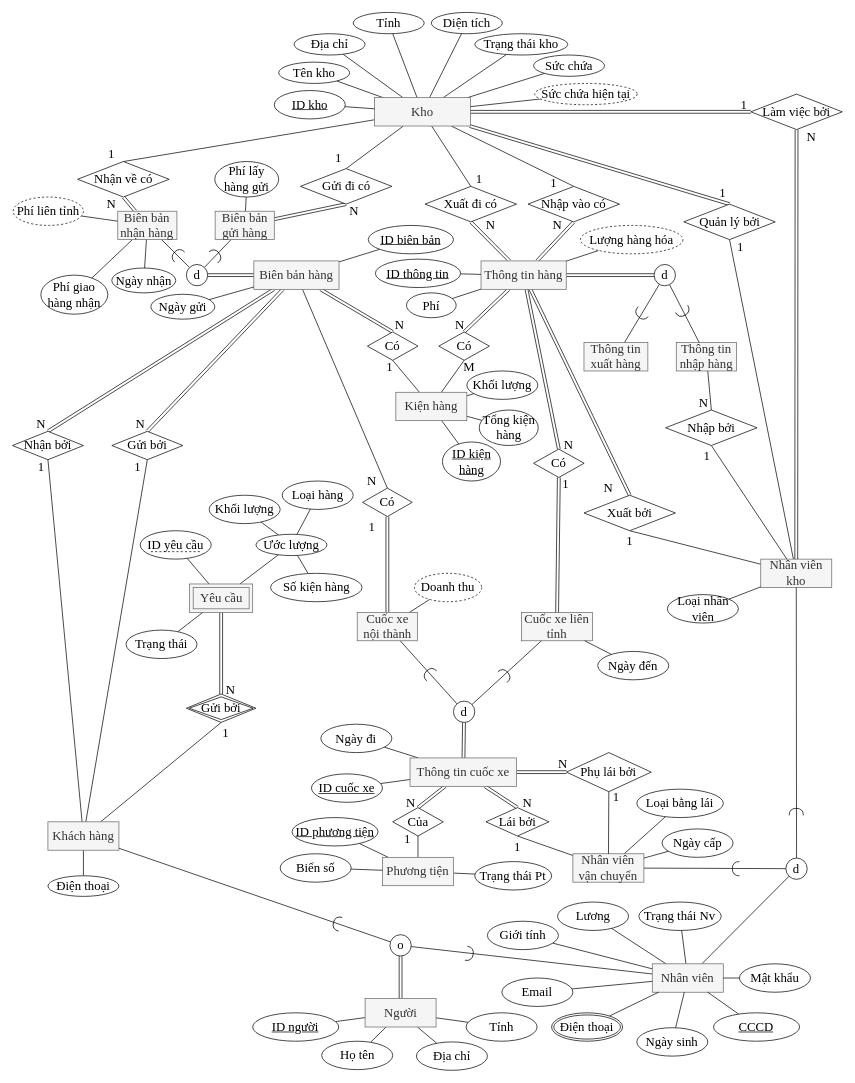
nqqduy/DBS_Assignment_2 keeps this draw.io diagram as page "Doc" (1 of 2) of ERD.drawio. Above is the earlier version. Source tidied: cells renumbered, new cells numbered last; positions are measured from the earlier drawing's top-left corner, leaving out a move shared by most shapes. Both pictures are drawn from the tidied source at 71%, with x=0, y=0 at pixel (12, 12).
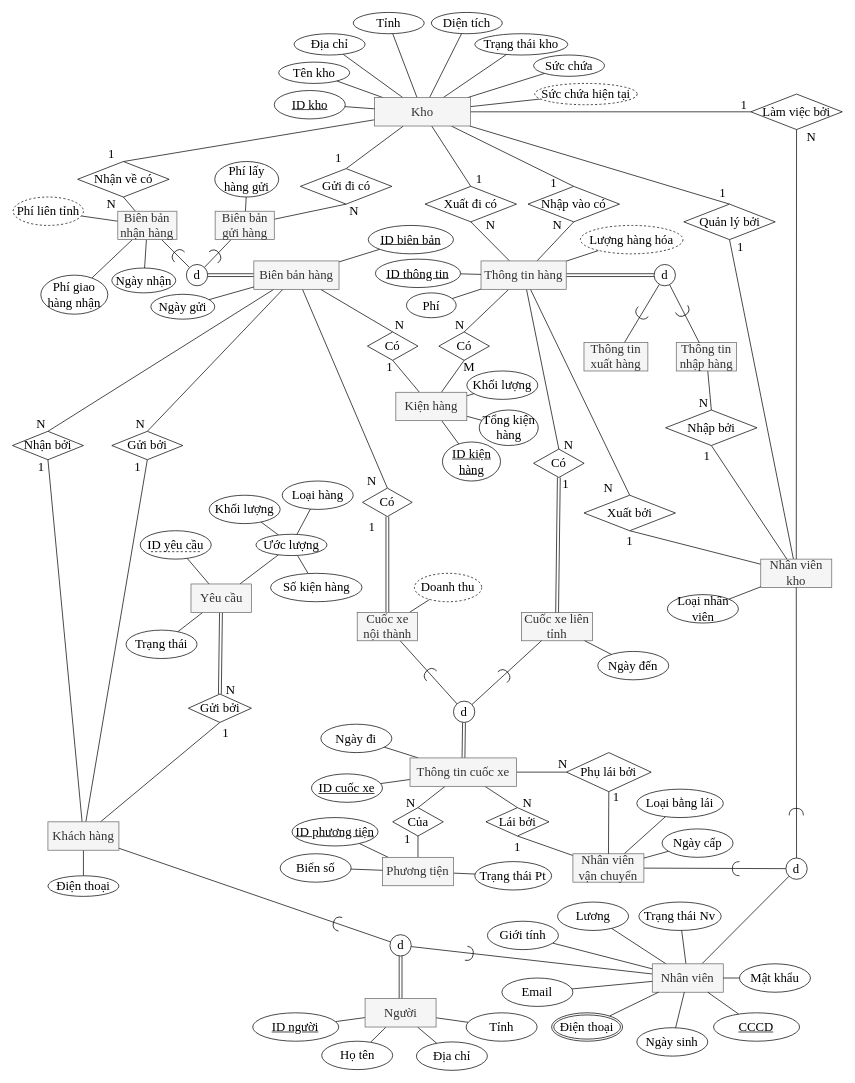
The same diagram, later.

Commit message (it also covers changes not shown here):
Them vai ham insert va sua erd

Unchanged cells that the change refers to:
```xml
<mxCell id="21" value="Kho" style="whiteSpace=wrap;html=1;align=center;rounded=0;shadow=0;glass=0;labelBackgroundColor=none;sketch=0;disableMultiStroke=0;disableMultiStrokeFill=0;strokeColor=#666666;fontFamily=Times New Roman;fontSize=18;fillColor=#f5f5f5;fontColor=#333333;" parent="1" vertex="1">
  <mxGeometry x="510" y="120" width="135" height="40" as="geometry" />
</mxCell>
<mxCell id="34" value="Nhân viên kho" style="whiteSpace=wrap;html=1;align=center;rounded=0;shadow=0;glass=0;labelBackgroundColor=none;sketch=0;disableMultiStroke=0;disableMultiStrokeFill=0;strokeColor=#666666;fontFamily=Times New Roman;fontSize=18;fillColor=#f5f5f5;fontColor=#333333;" parent="1" vertex="1">
  <mxGeometry x="1054" y="770" width="100" height="40" as="geometry" />
</mxCell>
<mxCell id="67" value="Thông tin hàng" style="whiteSpace=wrap;html=1;align=center;rounded=0;shadow=0;glass=0;labelBackgroundColor=none;sketch=0;disableMultiStroke=0;disableMultiStrokeFill=0;strokeColor=#666666;fontFamily=Times New Roman;fontSize=18;fillColor=#f5f5f5;fontColor=#333333;" parent="1" vertex="1">
  <mxGeometry x="660" y="350" width="120" height="40" as="geometry" />
</mxCell>
<mxCell id="68" value="Xuất đi có" style="shape=rhombus;perimeter=rhombusPerimeter;whiteSpace=wrap;html=1;align=center;rounded=0;shadow=0;glass=0;labelBackgroundColor=none;sketch=0;disableMultiStroke=0;disableMultiStrokeFill=0;strokeColor=#000000;fontFamily=Times New Roman;fontSize=18;" parent="1" vertex="1">
  <mxGeometry x="581.2" y="245" width="128.8" height="50" as="geometry" />
</mxCell>
<mxCell id="69" value="Nhập vào có" style="shape=rhombus;perimeter=rhombusPerimeter;whiteSpace=wrap;html=1;align=center;rounded=0;shadow=0;glass=0;labelBackgroundColor=none;sketch=0;disableMultiStroke=0;disableMultiStrokeFill=0;strokeColor=#000000;fontFamily=Times New Roman;fontSize=18;" parent="1" vertex="1">
  <mxGeometry x="726.2" y="245" width="128.8" height="50" as="geometry" />
</mxCell>
<mxCell id="70" value="Có" style="shape=rhombus;perimeter=rhombusPerimeter;whiteSpace=wrap;html=1;align=center;rounded=0;shadow=0;glass=0;labelBackgroundColor=none;sketch=0;disableMultiStroke=0;disableMultiStrokeFill=0;strokeColor=#000000;fontFamily=Times New Roman;fontSize=18;" parent="1" vertex="1">
  <mxGeometry x="600.6" y="450" width="71.2" height="40" as="geometry" />
</mxCell>
<mxCell id="71" value="Xuất bởi" style="shape=rhombus;perimeter=rhombusPerimeter;whiteSpace=wrap;html=1;align=center;rounded=0;shadow=0;glass=0;labelBackgroundColor=none;sketch=0;disableMultiStroke=0;disableMultiStrokeFill=0;strokeColor=#000000;fontFamily=Times New Roman;fontSize=18;" parent="1" vertex="1">
  <mxGeometry x="805" y="680" width="128.8" height="50" as="geometry" />
</mxCell>
<mxCell id="73" value="Có" style="shape=rhombus;perimeter=rhombusPerimeter;whiteSpace=wrap;html=1;align=center;rounded=0;shadow=0;glass=0;labelBackgroundColor=none;sketch=0;disableMultiStroke=0;disableMultiStrokeFill=0;strokeColor=#000000;fontFamily=Times New Roman;fontSize=18;" parent="1" vertex="1">
  <mxGeometry x="734" y="615" width="71.2" height="40" as="geometry" />
</mxCell>
<mxCell id="77" value="Thông tin cuốc xe" style="whiteSpace=wrap;html=1;align=center;rounded=0;shadow=0;glass=0;labelBackgroundColor=none;sketch=0;disableMultiStroke=0;disableMultiStrokeFill=0;strokeColor=#666666;fontFamily=Times New Roman;fontSize=18;fillColor=#f5f5f5;fontColor=#333333;" parent="1" vertex="1">
  <mxGeometry x="560" y="1050" width="150" height="40" as="geometry" />
</mxCell>
<mxCell id="78" value="Của" style="shape=rhombus;perimeter=rhombusPerimeter;whiteSpace=wrap;html=1;align=center;rounded=0;shadow=0;glass=0;labelBackgroundColor=none;sketch=0;disableMultiStroke=0;disableMultiStrokeFill=0;strokeColor=#000000;fontFamily=Times New Roman;fontSize=18;" parent="1" vertex="1">
  <mxGeometry x="535.6" y="1120" width="71.2" height="40" as="geometry" />
</mxCell>
<mxCell id="79" value="Lái bởi" style="shape=rhombus;perimeter=rhombusPerimeter;whiteSpace=wrap;html=1;align=center;rounded=0;shadow=0;glass=0;labelBackgroundColor=none;sketch=0;disableMultiStroke=0;disableMultiStrokeFill=0;strokeColor=#000000;fontFamily=Times New Roman;fontSize=18;" parent="1" vertex="1">
  <mxGeometry x="666.9" y="1120" width="88.8" height="40" as="geometry" />
</mxCell>
<mxCell id="80" value="Phụ lái bởi" style="shape=rhombus;perimeter=rhombusPerimeter;whiteSpace=wrap;html=1;align=center;rounded=0;shadow=0;glass=0;labelBackgroundColor=none;sketch=0;disableMultiStroke=0;disableMultiStrokeFill=0;strokeColor=#000000;fontFamily=Times New Roman;fontSize=18;" parent="1" vertex="1">
  <mxGeometry x="780.3" y="1042.5" width="119.4" height="55" as="geometry" />
</mxCell>
<mxCell id="81" value="Có" style="shape=rhombus;perimeter=rhombusPerimeter;whiteSpace=wrap;html=1;align=center;rounded=0;shadow=0;glass=0;labelBackgroundColor=none;sketch=0;disableMultiStroke=0;disableMultiStrokeFill=0;strokeColor=#000000;fontFamily=Times New Roman;fontSize=18;" parent="1" vertex="1">
  <mxGeometry x="500" y="450" width="71.2" height="40" as="geometry" />
</mxCell>
<mxCell id="85" value="Biên bản hàng" style="whiteSpace=wrap;html=1;align=center;rounded=0;shadow=0;glass=0;labelBackgroundColor=none;sketch=0;disableMultiStroke=0;disableMultiStrokeFill=0;strokeColor=#666666;fontFamily=Times New Roman;fontSize=18;fillColor=#f5f5f5;fontColor=#333333;" parent="1" vertex="1">
  <mxGeometry x="340" y="350" width="120" height="40" as="geometry" />
</mxCell>
<mxCell id="87" value="Gửi bởi" style="shape=rhombus;perimeter=rhombusPerimeter;whiteSpace=wrap;html=1;align=center;rounded=0;shadow=0;glass=0;labelBackgroundColor=none;sketch=0;disableMultiStroke=0;disableMultiStrokeFill=0;strokeColor=#000000;fontFamily=Times New Roman;fontSize=18;" parent="1" vertex="1">
  <mxGeometry x="140" y="590" width="100" height="40" as="geometry" />
</mxCell>
<mxCell id="89" value="Nhận bởi" style="shape=rhombus;perimeter=rhombusPerimeter;whiteSpace=wrap;html=1;align=center;rounded=0;shadow=0;glass=0;labelBackgroundColor=none;sketch=0;disableMultiStroke=0;disableMultiStrokeFill=0;strokeColor=#000000;fontFamily=Times New Roman;fontSize=18;" parent="1" vertex="1">
  <mxGeometry y="590" width="100" height="40" as="geometry" />
</mxCell>
<mxCell id="90" value="Gửi đi có" style="shape=rhombus;perimeter=rhombusPerimeter;whiteSpace=wrap;html=1;align=center;rounded=0;shadow=0;glass=0;labelBackgroundColor=none;sketch=0;disableMultiStroke=0;disableMultiStrokeFill=0;strokeColor=#000000;fontFamily=Times New Roman;fontSize=18;" parent="1" vertex="1">
  <mxGeometry x="405.6" y="220" width="128.8" height="50" as="geometry" />
</mxCell>
<mxCell id="91" value="Nhận về có" style="shape=rhombus;perimeter=rhombusPerimeter;whiteSpace=wrap;html=1;align=center;rounded=0;shadow=0;glass=0;labelBackgroundColor=none;sketch=0;disableMultiStroke=0;disableMultiStrokeFill=0;strokeColor=#000000;fontFamily=Times New Roman;fontSize=18;" parent="1" vertex="1">
  <mxGeometry x="91.9" y="210" width="128.8" height="50" as="geometry" />
</mxCell>
<mxCell id="96" value="Quản lý bởi" style="shape=rhombus;perimeter=rhombusPerimeter;whiteSpace=wrap;html=1;align=center;rounded=0;shadow=0;glass=0;labelBackgroundColor=none;sketch=0;disableMultiStroke=0;disableMultiStrokeFill=0;strokeColor=#000000;fontFamily=Times New Roman;fontSize=18;" parent="1" vertex="1">
  <mxGeometry x="945.6" y="270" width="128.8" height="50" as="geometry" />
</mxCell>
<mxCell id="106" value="Làm việc bởi" style="shape=rhombus;perimeter=rhombusPerimeter;whiteSpace=wrap;html=1;align=center;rounded=0;shadow=0;glass=0;labelBackgroundColor=none;sketch=0;disableMultiStroke=0;disableMultiStrokeFill=0;strokeColor=#000000;fontFamily=Times New Roman;fontSize=18;" parent="1" vertex="1">
  <mxGeometry x="1040" y="115" width="128.8" height="50" as="geometry" />
</mxCell>
<mxCell id="216" value="d" style="ellipse;whiteSpace=wrap;html=1;rounded=0;shadow=0;glass=0;labelBackgroundColor=none;sketch=0;disableMultiStroke=0;disableMultiStrokeFill=0;strokeColor=#000000;fontFamily=Times New Roman;fontSize=18;" parent="1" vertex="1">
  <mxGeometry x="903.8" y="355" width="30" height="30" as="geometry" />
</mxCell>
<mxCell id="221" value="Biên bản gửi hàng" style="whiteSpace=wrap;html=1;align=center;rounded=0;shadow=0;glass=0;labelBackgroundColor=none;sketch=0;disableMultiStroke=0;disableMultiStrokeFill=0;strokeColor=#666666;fontFamily=Times New Roman;fontSize=18;fillColor=#f5f5f5;fontColor=#333333;" parent="1" vertex="1">
  <mxGeometry x="285.5" y="280" width="83.3" height="40" as="geometry" />
</mxCell>
<mxCell id="223" value="Biên bản nhận hàng" style="whiteSpace=wrap;html=1;align=center;rounded=0;shadow=0;glass=0;labelBackgroundColor=none;sketch=0;disableMultiStroke=0;disableMultiStrokeFill=0;strokeColor=#666666;fontFamily=Times New Roman;fontSize=18;fillColor=#f5f5f5;fontColor=#333333;" parent="1" vertex="1">
  <mxGeometry x="148.4" y="280" width="83.3" height="40" as="geometry" />
</mxCell>
```

The edit, as a diff of the source:
```diff
@@
-    <mxCell id="2" style="edgeStyle=none;rounded=0;jettySize=auto;html=1;entryX=0.5;entryY=0;entryDx=0;entryDy=0;endArrow=none;endFill=0;fontFamily=Times New Roman;fontSize=18;shape=link;" parent="1" edge="1" source="67" target="73">
+    <mxCell id="2" style="edgeStyle=none;rounded=0;jettySize=auto;html=1;entryX=0.5;entryY=0;entryDx=0;entryDy=0;endArrow=none;endFill=0;fontFamily=Times New Roman;fontSize=18;" parent="1" edge="1" source="67" target="73">
       <mxGeometry relative="1" as="geometry" />
     </mxCell>
-    <mxCell id="3" style="edgeStyle=none;rounded=0;jettySize=auto;html=1;entryX=0.5;entryY=0;entryDx=0;entryDy=0;endArrow=none;endFill=0;fontFamily=Times New Roman;fontSize=18;shape=link;" parent="1" edge="1" source="67" target="70">
+    <mxCell id="3" style="edgeStyle=none;rounded=0;jettySize=auto;html=1;entryX=0.5;entryY=0;entryDx=0;entryDy=0;endArrow=none;endFill=0;fontFamily=Times New Roman;fontSize=18;" parent="1" edge="1" source="67" target="70">
       <mxGeometry relative="1" as="geometry" />
     </mxCell>
-    <mxCell id="4" style="edgeStyle=none;rounded=0;jettySize=auto;html=1;entryX=0.5;entryY=0;entryDx=0;entryDy=0;endArrow=none;endFill=0;fontFamily=Times New Roman;fontSize=18;shape=link;" parent="1" edge="1" source="67" target="71">
+    <mxCell id="4" style="edgeStyle=none;rounded=0;jettySize=auto;html=1;entryX=0.5;entryY=0;entryDx=0;entryDy=0;endArrow=none;endFill=0;fontFamily=Times New Roman;fontSize=18;" parent="1" edge="1" source="67" target="71">
       <mxGeometry relative="1" as="geometry" />
     </mxCell>
@@
-    <mxCell id="6" style="edgeStyle=none;rounded=0;jettySize=auto;html=1;entryX=0.5;entryY=1;entryDx=0;entryDy=0;endArrow=none;endFill=0;fontFamily=Times New Roman;fontSize=18;shape=link;" parent="1" edge="1" source="67" target="68">
+    <mxCell id="6" style="edgeStyle=none;rounded=0;jettySize=auto;html=1;entryX=0.5;entryY=1;entryDx=0;entryDy=0;endArrow=none;endFill=0;fontFamily=Times New Roman;fontSize=18;" parent="1" edge="1" source="67" target="68">
       <mxGeometry relative="1" as="geometry" />
     </mxCell>
-    <mxCell id="7" style="edgeStyle=none;rounded=0;jettySize=auto;html=1;entryX=0.5;entryY=1;entryDx=0;entryDy=0;endArrow=none;endFill=0;fontFamily=Times New Roman;fontSize=18;shape=link;" parent="1" edge="1" source="67" target="69">
+    <mxCell id="7" style="edgeStyle=none;rounded=0;jettySize=auto;html=1;entryX=0.5;entryY=1;entryDx=0;entryDy=0;endArrow=none;endFill=0;fontFamily=Times New Roman;fontSize=18;" parent="1" edge="1" source="67" target="69">
       <mxGeometry relative="1" as="geometry" />
     </mxCell>
@@
-    <mxCell id="14" style="edgeStyle=none;rounded=0;jettySize=auto;html=1;endArrow=none;endFill=0;fontFamily=Times New Roman;fontSize=18;entryX=0.5;entryY=0;entryDx=0;entryDy=0;shape=link;" parent="1" edge="1" source="21" target="96">
+    <mxCell id="14" style="edgeStyle=none;rounded=0;jettySize=auto;html=1;endArrow=none;endFill=0;fontFamily=Times New Roman;fontSize=18;entryX=0.5;entryY=0;entryDx=0;entryDy=0;" parent="1" edge="1" source="21" target="96">
       <mxGeometry relative="1" as="geometry" />
     </mxCell>
@@
-    <mxCell id="16" style="edgeStyle=none;rounded=0;jettySize=auto;html=1;entryX=0;entryY=0.5;entryDx=0;entryDy=0;endArrow=none;endFill=0;fontFamily=Times New Roman;fontSize=18;shape=link;" parent="1" edge="1" source="21" target="106">
+    <mxCell id="16" style="edgeStyle=none;rounded=0;jettySize=auto;html=1;entryX=0;entryY=0.5;entryDx=0;entryDy=0;endArrow=none;endFill=0;fontFamily=Times New Roman;fontSize=18;" parent="1" edge="1" source="21" target="106">
       <mxGeometry relative="1" as="geometry" />
     </mxCell>
@@
-    <mxCell id="22" style="edgeStyle=none;rounded=0;jettySize=auto;html=1;entryX=0.5;entryY=0;entryDx=0;entryDy=0;endArrow=none;endFill=0;fontFamily=Times New Roman;fontSize=18;shape=link;" parent="1" edge="1" source="77" target="78">
+    <mxCell id="22" style="edgeStyle=none;rounded=0;jettySize=auto;html=1;entryX=0.5;entryY=0;entryDx=0;entryDy=0;endArrow=none;endFill=0;fontFamily=Times New Roman;fontSize=18;" parent="1" edge="1" source="77" target="78">
       <mxGeometry relative="1" as="geometry" />
     </mxCell>
-    <mxCell id="23" style="edgeStyle=none;shape=link;rounded=0;jettySize=auto;html=1;entryX=0.5;entryY=0;entryDx=0;entryDy=0;endArrow=none;endFill=0;fontFamily=Times New Roman;fontSize=18;" parent="1" edge="1" source="77" target="79">
+    <mxCell id="23" style="edgeStyle=none;rounded=0;jettySize=auto;html=1;entryX=0.5;entryY=0;entryDx=0;entryDy=0;endArrow=none;endFill=0;fontFamily=Times New Roman;fontSize=18;" parent="1" edge="1" source="77" target="79">
       <mxGeometry relative="1" as="geometry" />
     </mxCell>
-    <mxCell id="24" style="edgeStyle=none;shape=link;rounded=0;jettySize=auto;html=1;entryX=0;entryY=0.5;entryDx=0;entryDy=0;endArrow=none;endFill=0;fontFamily=Times New Roman;fontSize=18;" parent="1" edge="1" source="77" target="80">
+    <mxCell id="24" style="edgeStyle=none;rounded=0;jettySize=auto;html=1;entryX=0;entryY=0.5;entryDx=0;entryDy=0;endArrow=none;endFill=0;fontFamily=Times New Roman;fontSize=18;" parent="1" edge="1" source="77" target="80">
       <mxGeometry relative="1" as="geometry" />
     </mxCell>
@@
-    <mxCell id="50" style="edgeStyle=none;rounded=0;jettySize=auto;html=1;entryX=0.5;entryY=0;entryDx=0;entryDy=0;endArrow=none;endFill=0;fontFamily=Times New Roman;fontSize=18;shape=link;" parent="1" edge="1" source="85" target="81">
+    <mxCell id="50" style="edgeStyle=none;rounded=0;jettySize=auto;html=1;entryX=0.5;entryY=0;entryDx=0;entryDy=0;endArrow=none;endFill=0;fontFamily=Times New Roman;fontSize=18;" parent="1" edge="1" source="85" target="81">
       <mxGeometry relative="1" as="geometry" />
     </mxCell>
-    <mxCell id="51" style="edgeStyle=none;rounded=0;jettySize=auto;html=1;entryX=0.5;entryY=0;entryDx=0;entryDy=0;endArrow=none;endFill=0;fontFamily=Times New Roman;fontSize=18;shape=link;" parent="1" edge="1" source="85" target="89">
+    <mxCell id="51" style="edgeStyle=none;rounded=0;jettySize=auto;html=1;entryX=0.5;entryY=0;entryDx=0;entryDy=0;endArrow=none;endFill=0;fontFamily=Times New Roman;fontSize=18;" parent="1" edge="1" source="85" target="89">
       <mxGeometry relative="1" as="geometry" />
     </mxCell>
-    <mxCell id="52" style="edgeStyle=none;rounded=0;jettySize=auto;html=1;entryX=0.5;entryY=0;entryDx=0;entryDy=0;endArrow=none;endFill=0;fontFamily=Times New Roman;fontSize=18;shape=link;" parent="1" edge="1" source="85" target="87">
+    <mxCell id="52" style="edgeStyle=none;rounded=0;jettySize=auto;html=1;entryX=0.5;entryY=0;entryDx=0;entryDy=0;endArrow=none;endFill=0;fontFamily=Times New Roman;fontSize=18;" parent="1" edge="1" source="85" target="87">
       <mxGeometry relative="1" as="geometry" />
     </mxCell>
-    <mxCell id="53" style="edgeStyle=none;shape=link;rounded=0;jettySize=auto;html=1;entryX=0.5;entryY=1;entryDx=0;entryDy=0;endArrow=none;endFill=0;fontFamily=Times New Roman;fontSize=18;" parent="1" edge="1" source="221" target="90">
+    <mxCell id="53" style="edgeStyle=none;rounded=0;jettySize=auto;html=1;entryX=0.5;entryY=1;entryDx=0;entryDy=0;endArrow=none;endFill=0;fontFamily=Times New Roman;fontSize=18;" parent="1" edge="1" source="221" target="90">
       <mxGeometry relative="1" as="geometry" />
     </mxCell>
-    <mxCell id="54" style="edgeStyle=none;rounded=0;jettySize=auto;html=1;entryX=0.5;entryY=1;entryDx=0;entryDy=0;endArrow=none;endFill=0;fontFamily=Times New Roman;fontSize=18;shape=link;" parent="1" edge="1" source="223" target="91">
+    <mxCell id="54" style="edgeStyle=none;rounded=0;jettySize=auto;html=1;entryX=0.5;entryY=1;entryDx=0;entryDy=0;endArrow=none;endFill=0;fontFamily=Times New Roman;fontSize=18;" parent="1" edge="1" source="223" target="91">
       <mxGeometry relative="1" as="geometry" />
     </mxCell>
@@
-    <mxCell id="66" style="rounded=0;jettySize=auto;html=1;shape=link;" parent="1" edge="1" source="67" target="216">
+    <mxCell id="66" style="rounded=0;jettySize=auto;html=1;endArrow=none;endFill=0;shape=link;" parent="1" edge="1" source="67" target="216">
       <mxGeometry relative="1" as="geometry" />
     </mxCell>
@@
-    <mxCell id="99" style="edgeStyle=none;rounded=0;jettySize=auto;html=1;entryX=0.5;entryY=1;entryDx=0;entryDy=0;endArrow=none;endFill=0;fontFamily=Times New Roman;fontSize=18;shape=link;" parent="1" edge="1" source="34" target="106">
+    <mxCell id="99" style="edgeStyle=none;rounded=0;jettySize=auto;html=1;entryX=0.5;entryY=1;entryDx=0;entryDy=0;endArrow=none;endFill=0;fontFamily=Times New Roman;fontSize=18;" parent="1" edge="1" source="34" target="106">
       <mxGeometry relative="1" as="geometry" />
     </mxCell>
@@
-    <mxCell id="132" value="o" style="ellipse;whiteSpace=wrap;html=1;rounded=0;shadow=0;glass=0;labelBackgroundColor=none;sketch=0;disableMultiStroke=0;disableMultiStrokeFill=0;strokeColor=#000000;fontFamily=Times New Roman;fontSize=18;" parent="1" vertex="1">
+    <mxCell id="132" value="d" style="ellipse;whiteSpace=wrap;html=1;rounded=0;shadow=0;glass=0;labelBackgroundColor=none;sketch=0;disableMultiStroke=0;disableMultiStrokeFill=0;strokeColor=#000000;fontFamily=Times New Roman;fontSize=18;" parent="1" vertex="1">
       <mxGeometry x="531.7" y="1299" width="30" height="30" as="geometry" />
     </mxCell>
@@
-    <mxCell id="203" value="Gửi bởi" style="shape=rhombus;double=1;perimeter=rhombusPerimeter;whiteSpace=wrap;html=1;align=center;rounded=0;shadow=0;glass=0;labelBackgroundColor=none;sketch=0;disableMultiStroke=0;disableMultiStrokeFill=0;strokeColor=#000000;fontFamily=Times New Roman;fontSize=18;" parent="1" vertex="1">
-      <mxGeometry x="245" y="960" width="98" height="40" as="geometry" />
-    </mxCell>
-    <mxCell id="204" value="Yêu cầu" style="shape=ext;margin=3;double=1;whiteSpace=wrap;html=1;align=center;rounded=0;shadow=0;glass=0;labelBackgroundColor=none;sketch=0;disableMultiStroke=0;disableMultiStrokeFill=0;strokeColor=#666666;fontFamily=Times New Roman;fontSize=18;fillColor=#f5f5f5;fontColor=#333333;" parent="1" vertex="1">
-      <mxGeometry x="249.6" y="805" width="88.8" height="40" as="geometry" />
-    </mxCell>
@@
+    <mxCell id="204" value="Yêu cầu" style="whiteSpace=wrap;html=1;align=center;rounded=0;shadow=0;glass=0;labelBackgroundColor=none;sketch=0;disableMultiStroke=0;disableMultiStrokeFill=0;strokeColor=#666666;fontFamily=Times New Roman;fontSize=18;fillColor=#f5f5f5;fontColor=#333333;" parent="1" vertex="1">
+      <mxGeometry x="251.5" y="805" width="85" height="40" as="geometry" />
+    </mxCell>
+    <mxCell id="203" value="Gửi bởi" style="shape=rhombus;perimeter=rhombusPerimeter;whiteSpace=wrap;html=1;align=center;rounded=0;shadow=0;glass=0;labelBackgroundColor=none;sketch=0;disableMultiStroke=0;disableMultiStrokeFill=0;strokeColor=#000000;fontFamily=Times New Roman;fontSize=18;" parent="1" vertex="1">
+      <mxGeometry x="247.8" y="960" width="88.8" height="40" as="geometry" />
+    </mxCell>
```
